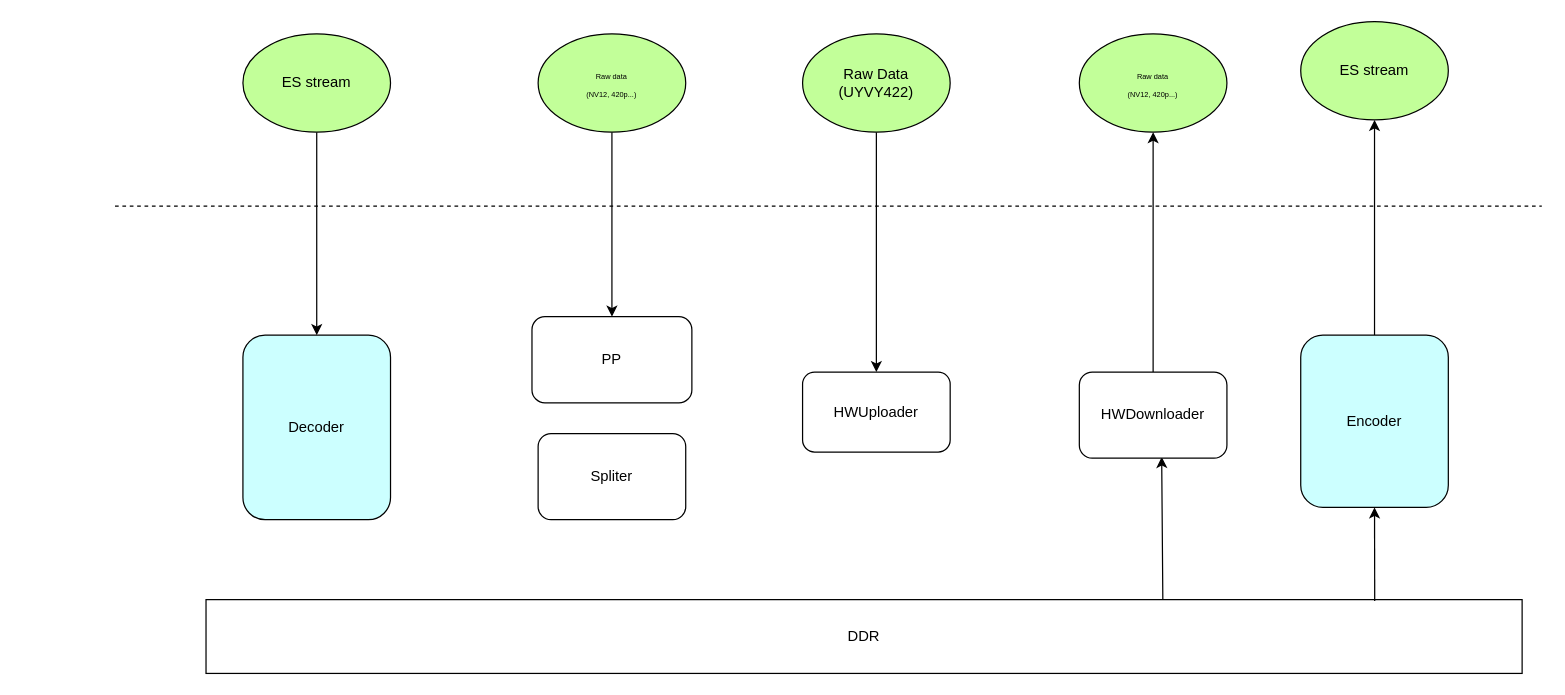
This is Untitled Diagram.drawio from GYZHANG2019/temp, a draw.io file, before an edit. Source tidied: cells renumbered, new cells numbered last; positions are measured from the earlier drawing's top-left corner, leaving out a move shared by most shapes. Both pictures are drawn from the tidied source at 123%, with x=0, y=0 at pixel (114, 21).
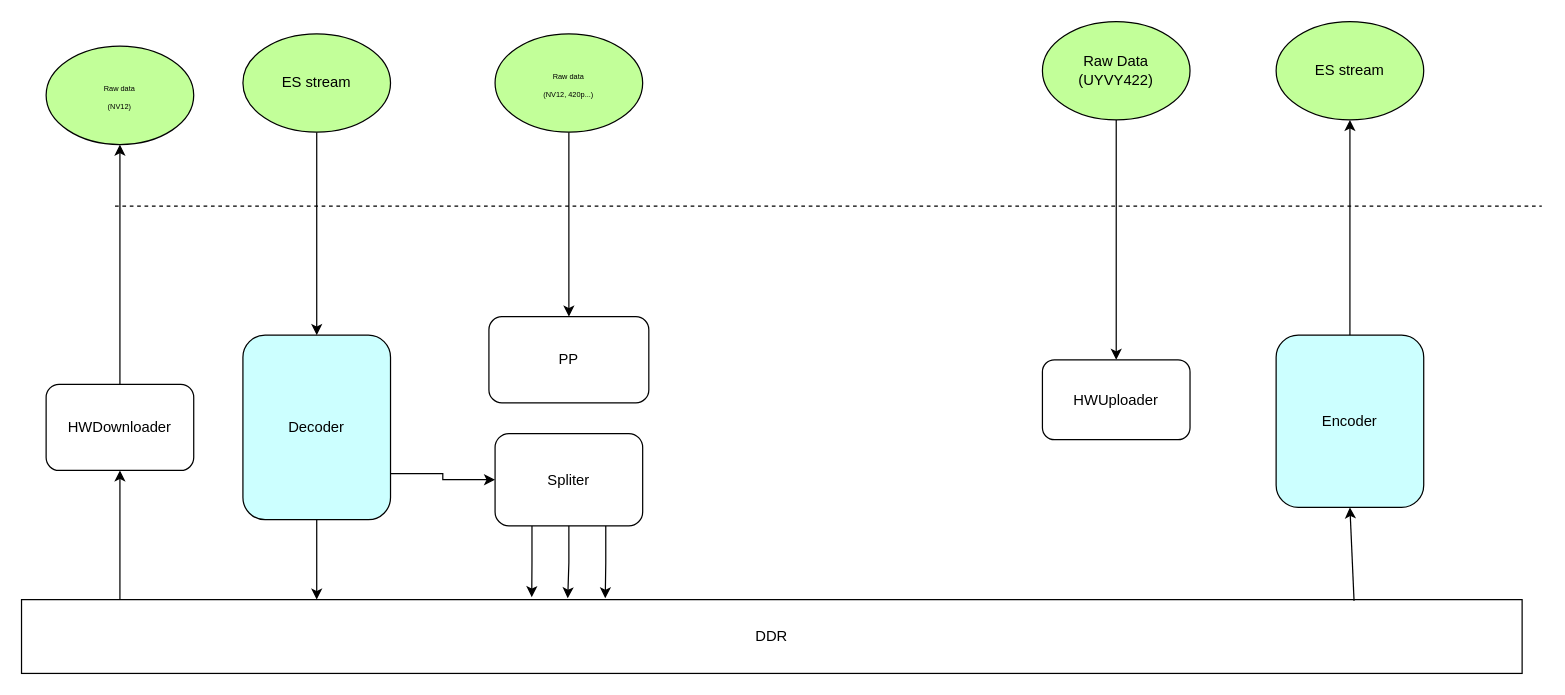
The same diagram, later.

Unchanged cells that the change refers to:
```xml
<mxCell id="3" value="Decoder" style="rounded=1;whiteSpace=wrap;html=1;fillColor=#CCFFFF;" parent="1" vertex="1">
  <mxGeometry x="104" y="255" width="120" height="150" as="geometry" />
</mxCell>
```

Change to the diagram source:
```diff
@@
+    <mxCell id="22" style="edgeStyle=orthogonalEdgeStyle;rounded=0;jettySize=auto;html=1;exitX=1;exitY=0.75;exitDx=0;exitDy=0;entryX=0;entryY=0.5;entryDx=0;entryDy=0;" parent="1" edge="1" source="3" target="14">
+      <mxGeometry relative="1" as="geometry" />
+    </mxCell>
@@
     <mxCell id="4" value="PP" style="rounded=1;whiteSpace=wrap;html=1;" parent="1" vertex="1">
-      <mxGeometry x="339" y="240" width="130" height="70" as="geometry" />
+      <mxGeometry x="304" y="240" width="130" height="70" as="geometry" />
     </mxCell>
@@
     <mxCell id="6" value="Encoder" style="rounded=1;whiteSpace=wrap;html=1;fillColor=#CCFFFF;" parent="1" vertex="1">
-      <mxGeometry x="964" y="255" width="120" height="140" as="geometry" />
+      <mxGeometry x="944" y="255" width="120" height="140" as="geometry" />
     </mxCell>
@@
     <mxCell id="10" value="Raw Data&lt;br&gt;(UYVY422)" style="ellipse;whiteSpace=wrap;html=1;fillColor=#C2FF99;" parent="1" vertex="1">
-      <mxGeometry x="559" y="10" width="120" height="80" as="geometry" />
+      <mxGeometry x="754" width="120" height="80" as="geometry" />
     </mxCell>
     <mxCell id="11" value="ES stream" style="ellipse;whiteSpace=wrap;html=1;fillColor=#C2FF99;" parent="1" vertex="1">
-      <mxGeometry x="964" width="120" height="80" as="geometry" />
+      <mxGeometry x="944" width="120" height="80" as="geometry" />
     </mxCell>
-    <mxCell id="12" style="edgeStyle=orthogonalEdgeStyle;rounded=0;jettySize=auto;html=1;exitX=0.727;exitY=0.017;exitDx=0;exitDy=0;entryX=0.558;entryY=0.986;entryDx=0;entryDy=0;entryPerimeter=0;exitPerimeter=0;" parent="1" edge="1" source="13" target="17">
-      <mxGeometry relative="1" as="geometry">
-        <Array as="points">
-          <mxPoint x="852" y="470" />
-        </Array>
-      </mxGeometry>
-    </mxCell>
     <mxCell id="13" value="DDR" style="rounded=0;whiteSpace=wrap;html=1;" parent="1" vertex="1">
-      <mxGeometry x="74" y="470" width="1070" height="60" as="geometry" />
+      <mxGeometry x="-76" y="470" width="1220" height="60" as="geometry" />
     </mxCell>
+    <mxCell id="23" style="edgeStyle=orthogonalEdgeStyle;rounded=0;jettySize=auto;html=1;exitX=0.25;exitY=1;exitDx=0;exitDy=0;entryX=0.34;entryY=-0.033;entryDx=0;entryDy=0;entryPerimeter=0;" parent="1" edge="1" source="14" target="13">
+      <mxGeometry relative="1" as="geometry" />
+    </mxCell>
+    <mxCell id="24" style="edgeStyle=orthogonalEdgeStyle;rounded=0;jettySize=auto;html=1;entryX=0.364;entryY=-0.017;entryDx=0;entryDy=0;entryPerimeter=0;" parent="1" edge="1" source="14" target="13">
+      <mxGeometry relative="1" as="geometry" />
+    </mxCell>
+    <mxCell id="25" style="edgeStyle=orthogonalEdgeStyle;rounded=0;jettySize=auto;html=1;exitX=0.75;exitY=1;exitDx=0;exitDy=0;entryX=0.389;entryY=-0.017;entryDx=0;entryDy=0;entryPerimeter=0;" parent="1" edge="1" source="14" target="13">
+      <mxGeometry relative="1" as="geometry" />
+    </mxCell>
     <mxCell id="14" value="Spliter" style="rounded=1;whiteSpace=wrap;html=1;" parent="1" vertex="1">
-      <mxGeometry x="344" y="335" width="120" height="70" as="geometry" />
+      <mxGeometry x="309" y="335" width="120" height="75" as="geometry" />
     </mxCell>
     <mxCell id="15" value="HWUploader" style="rounded=1;whiteSpace=wrap;html=1;fillColor=#FFFFFF;" parent="1" vertex="1">
-      <mxGeometry x="559" y="285" width="120" height="65" as="geometry" />
+      <mxGeometry x="754" y="275" width="120" height="65" as="geometry" />
     </mxCell>
@@
     <mxCell id="17" value="HWDownloader" style="rounded=1;whiteSpace=wrap;html=1;fillColor=#FFFFFF;" parent="1" vertex="1">
-      <mxGeometry x="784" y="285" width="120" height="70" as="geometry" />
+      <mxGeometry x="-56" y="295" width="120" height="70" as="geometry" />
     </mxCell>
@@
     <mxCell id="19" value="&lt;font style=&quot;font-size: 6px&quot;&gt;Raw data&lt;br&gt;(NV12, 420p...)&lt;/font&gt;" style="ellipse;whiteSpace=wrap;html=1;fillColor=#C2FF99;" parent="1" vertex="1">
-      <mxGeometry x="344" y="10" width="120" height="80" as="geometry" />
+      <mxGeometry x="309" y="10" width="120" height="80" as="geometry" />
     </mxCell>
-    <mxCell id="20" value="&lt;font style=&quot;font-size: 6px&quot;&gt;Raw data&lt;br&gt;(NV12, 420p...)&lt;/font&gt;" style="ellipse;whiteSpace=wrap;html=1;fillColor=#C2FF99;" parent="1" vertex="1">
-      <mxGeometry x="784" y="10" width="120" height="80" as="geometry" />
+    <mxCell id="20" value="&lt;font style=&quot;font-size: 6px&quot;&gt;Raw data&lt;br&gt;(NV12)&lt;/font&gt;" style="ellipse;whiteSpace=wrap;html=1;fillColor=#C2FF99;" parent="1" vertex="1">
+      <mxGeometry x="-56" y="20" width="120" height="80" as="geometry" />
     </mxCell>
@@
+    <mxCell id="26" style="endArrow=classic;html=1;entryX=0.5;entryY=1;entryDx=0;entryDy=0;" parent="1" edge="1" target="17">
+      <mxGeometry relative="1" as="geometry">
+        <mxPoint x="4" y="470" as="sourcePoint" />
+      </mxGeometry>
+    </mxCell>
+    <mxCell id="27" style="endArrow=classic;html=1;" parent="1" edge="1">
+      <mxGeometry relative="1" as="geometry">
+        <mxPoint x="164" y="405" as="sourcePoint" />
+        <mxPoint x="164" y="470" as="targetPoint" />
+      </mxGeometry>
+    </mxCell>
```
